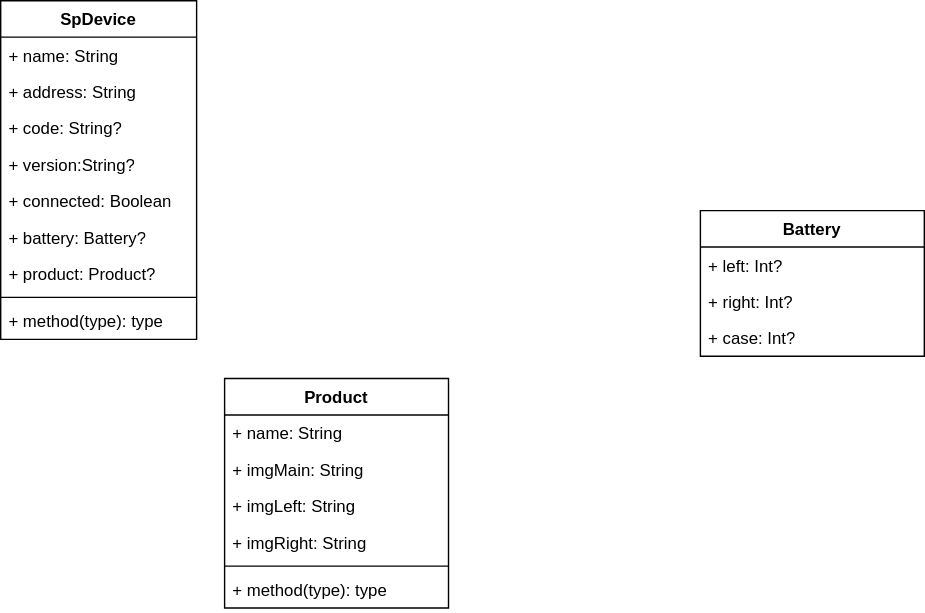
This is 未命名绘图.drawio.svg from kekemao00/draw-libs, a draw.io export, as it was before one commit. Source tidied: cells renumbered, new cells last; positions are measured from the earlier drawing's top-left corner, leaving out a move shared by most shapes. Source of this version:
```xml
<mxGraphModel>
  <root>
    <mxCell id="0" />
    <mxCell id="1" parent="0" />
    <mxCell id="2" value="SpDevice" style="swimlane;fontStyle=1;align=center;verticalAlign=top;horizontal=1;startSize=26;whiteSpace=wrap;html=1;" parent="1" vertex="1">
      <mxGeometry width="140" height="242" as="geometry" />
    </mxCell>
    <mxCell id="3" value="+ name: String" style="text;strokeColor=none;fillColor=none;align=left;verticalAlign=top;spacingLeft=4;spacingRight=4;overflow=hidden;whiteSpace=wrap;html=1;" parent="2" vertex="1">
      <mxGeometry y="26" width="140" height="26" as="geometry" />
    </mxCell>
    <mxCell id="4" value="+ address: String" style="text;strokeColor=none;fillColor=none;align=left;verticalAlign=top;spacingLeft=4;spacingRight=4;overflow=hidden;whiteSpace=wrap;html=1;" parent="2" vertex="1">
      <mxGeometry y="52" width="140" height="26" as="geometry" />
    </mxCell>
    <mxCell id="5" value="+ code: String?" style="text;strokeColor=none;fillColor=none;align=left;verticalAlign=top;spacingLeft=4;spacingRight=4;overflow=hidden;whiteSpace=wrap;html=1;" parent="2" vertex="1">
      <mxGeometry y="78" width="140" height="26" as="geometry" />
    </mxCell>
    <mxCell id="6" value="+ version:String?" style="text;strokeColor=none;fillColor=none;align=left;verticalAlign=top;spacingLeft=4;spacingRight=4;overflow=hidden;whiteSpace=wrap;html=1;" parent="2" vertex="1">
      <mxGeometry y="104" width="140" height="26" as="geometry" />
    </mxCell>
    <mxCell id="7" value="+ connected: Boolean" style="text;strokeColor=none;fillColor=none;align=left;verticalAlign=top;spacingLeft=4;spacingRight=4;overflow=hidden;whiteSpace=wrap;html=1;" parent="2" vertex="1">
      <mxGeometry y="130" width="140" height="26" as="geometry" />
    </mxCell>
    <mxCell id="8" value="+ battery: Battery?&lt;div&gt;&lt;br&gt;&lt;/div&gt;" style="text;strokeColor=none;fillColor=none;align=left;verticalAlign=top;spacingLeft=4;spacingRight=4;overflow=hidden;whiteSpace=wrap;html=1;" parent="2" vertex="1">
      <mxGeometry y="156" width="140" height="26" as="geometry" />
    </mxCell>
    <mxCell id="9" value="+ product: Product?" style="text;strokeColor=none;fillColor=none;align=left;verticalAlign=top;spacingLeft=4;spacingRight=4;overflow=hidden;whiteSpace=wrap;html=1;" parent="2" vertex="1">
      <mxGeometry y="182" width="140" height="26" as="geometry" />
    </mxCell>
    <mxCell id="10" style="line;strokeWidth=1;fillColor=none;align=left;verticalAlign=middle;spacingTop=-1;spacingLeft=3;spacingRight=3;labelPosition=right;strokeColor=inherit;" parent="2" vertex="1">
      <mxGeometry y="208" width="140" height="8" as="geometry" />
    </mxCell>
    <mxCell id="11" value="+ method(type): type" style="text;strokeColor=none;fillColor=none;align=left;verticalAlign=top;spacingLeft=4;spacingRight=4;overflow=hidden;whiteSpace=wrap;html=1;" parent="2" vertex="1">
      <mxGeometry y="216" width="140" height="26" as="geometry" />
    </mxCell>
    <mxCell id="12" value="Battery" style="swimlane;fontStyle=1;align=center;verticalAlign=top;horizontal=1;startSize=26;whiteSpace=wrap;html=1;" parent="1" vertex="1">
      <mxGeometry x="500" y="150" width="160" height="104" as="geometry" />
    </mxCell>
    <mxCell id="13" value="+&amp;nbsp;left: Int?" style="text;strokeColor=none;fillColor=none;align=left;verticalAlign=top;spacingLeft=4;spacingRight=4;overflow=hidden;whiteSpace=wrap;html=1;" parent="12" vertex="1">
      <mxGeometry y="26" width="160" height="26" as="geometry" />
    </mxCell>
    <mxCell id="14" value="+ right&lt;span style=&quot;background-color: transparent; color: light-dark(rgb(0, 0, 0), rgb(255, 255, 255));&quot;&gt;: Int?&lt;/span&gt;" style="text;strokeColor=none;fillColor=none;align=left;verticalAlign=top;spacingLeft=4;spacingRight=4;overflow=hidden;whiteSpace=wrap;html=1;" parent="12" vertex="1">
      <mxGeometry y="52" width="160" height="26" as="geometry" />
    </mxCell>
    <mxCell id="15" value="+ case: Int?" style="text;strokeColor=none;fillColor=none;align=left;verticalAlign=top;spacingLeft=4;spacingRight=4;overflow=hidden;whiteSpace=wrap;html=1;" parent="12" vertex="1">
      <mxGeometry y="78" width="160" height="26" as="geometry" />
    </mxCell>
    <mxCell id="16" value="Product" style="swimlane;fontStyle=1;align=center;verticalAlign=top;horizontal=1;startSize=26;whiteSpace=wrap;html=1;" parent="1" vertex="1">
      <mxGeometry x="160" y="270" width="160" height="164" as="geometry" />
    </mxCell>
    <mxCell id="17" value="+ name: String" style="text;strokeColor=none;fillColor=none;align=left;verticalAlign=top;spacingLeft=4;spacingRight=4;overflow=hidden;whiteSpace=wrap;html=1;" parent="16" vertex="1">
      <mxGeometry y="26" width="160" height="26" as="geometry" />
    </mxCell>
    <mxCell id="18" value="+ imgMain: String" style="text;strokeColor=none;fillColor=none;align=left;verticalAlign=top;spacingLeft=4;spacingRight=4;overflow=hidden;whiteSpace=wrap;html=1;" parent="16" vertex="1">
      <mxGeometry y="52" width="160" height="26" as="geometry" />
    </mxCell>
    <mxCell id="19" value="+ img&lt;span style=&quot;background-color: transparent; color: light-dark(rgb(0, 0, 0), rgb(255, 255, 255));&quot;&gt;Left: String&lt;/span&gt;" style="text;strokeColor=none;fillColor=none;align=left;verticalAlign=top;spacingLeft=4;spacingRight=4;overflow=hidden;whiteSpace=wrap;html=1;" parent="16" vertex="1">
      <mxGeometry y="78" width="160" height="26" as="geometry" />
    </mxCell>
    <mxCell id="20" value="+ imgRight: String" style="text;strokeColor=none;fillColor=none;align=left;verticalAlign=top;spacingLeft=4;spacingRight=4;overflow=hidden;whiteSpace=wrap;html=1;" parent="16" vertex="1">
      <mxGeometry y="104" width="160" height="26" as="geometry" />
    </mxCell>
    <mxCell id="21" style="line;strokeWidth=1;fillColor=none;align=left;verticalAlign=middle;spacingTop=-1;spacingLeft=3;spacingRight=3;labelPosition=right;strokeColor=inherit;" parent="16" vertex="1">
      <mxGeometry y="130" width="160" height="8" as="geometry" />
    </mxCell>
    <mxCell id="22" value="+ method(type): type" style="text;strokeColor=none;fillColor=none;align=left;verticalAlign=top;spacingLeft=4;spacingRight=4;overflow=hidden;whiteSpace=wrap;html=1;" parent="16" vertex="1">
      <mxGeometry y="138" width="160" height="26" as="geometry" />
    </mxCell>
  </root>
</mxGraphModel>
```
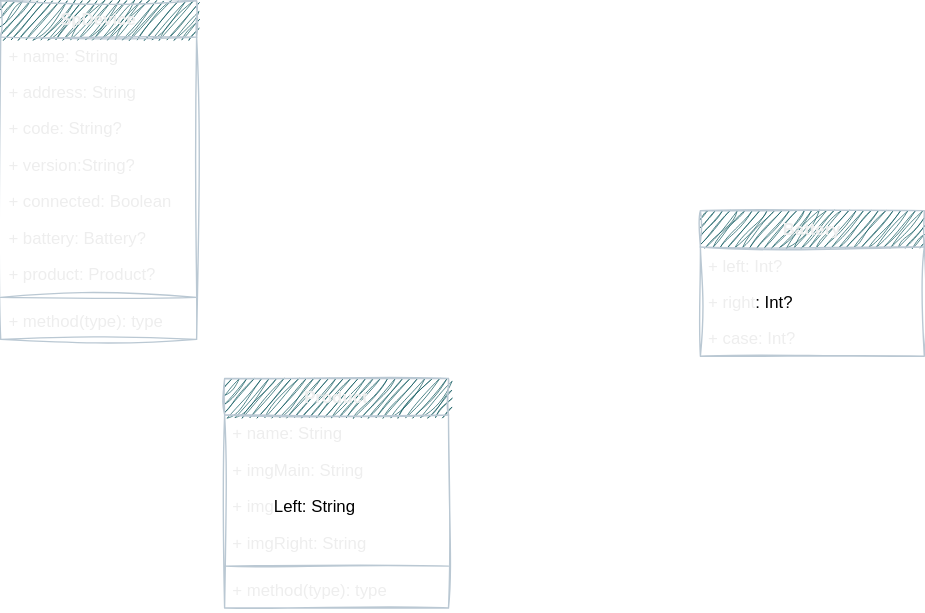
After the commit.

Commit message:
更新未命名绘图.drawio.svg

What changed in the source:
```diff
@@ -2,67 +2,67 @@
   <root>
     <mxCell id="0" />
     <mxCell id="1" parent="0" />
-    <mxCell id="2" value="SpDevice" style="swimlane;fontStyle=1;align=center;verticalAlign=top;horizontal=1;startSize=26;whiteSpace=wrap;html=1;" parent="1" vertex="1">
+    <mxCell id="2" value="SpDevice" style="swimlane;fontStyle=1;align=center;verticalAlign=top;horizontal=1;startSize=26;whiteSpace=wrap;html=1;labelBackgroundColor=none;fillColor=#09555B;strokeColor=#BAC8D3;fontColor=#EEEEEE;rounded=0;sketch=1;curveFitting=1;jiggle=2;" parent="1" vertex="1">
       <mxGeometry width="140" height="242" as="geometry" />
     </mxCell>
-    <mxCell id="3" value="+ name: String" style="text;strokeColor=none;fillColor=none;align=left;verticalAlign=top;spacingLeft=4;spacingRight=4;overflow=hidden;whiteSpace=wrap;html=1;" parent="2" vertex="1">
+    <mxCell id="3" value="+ name: String" style="text;strokeColor=none;fillColor=none;align=left;verticalAlign=top;spacingLeft=4;spacingRight=4;overflow=hidden;whiteSpace=wrap;html=1;labelBackgroundColor=none;fontColor=#EEEEEE;rounded=0;sketch=1;curveFitting=1;jiggle=2;" parent="2" vertex="1">
       <mxGeometry y="26" width="140" height="26" as="geometry" />
     </mxCell>
-    <mxCell id="4" value="+ address: String" style="text;strokeColor=none;fillColor=none;align=left;verticalAlign=top;spacingLeft=4;spacingRight=4;overflow=hidden;whiteSpace=wrap;html=1;" parent="2" vertex="1">
+    <mxCell id="4" value="+ address: String" style="text;strokeColor=none;fillColor=none;align=left;verticalAlign=top;spacingLeft=4;spacingRight=4;overflow=hidden;whiteSpace=wrap;html=1;labelBackgroundColor=none;fontColor=#EEEEEE;rounded=0;sketch=1;curveFitting=1;jiggle=2;" parent="2" vertex="1">
       <mxGeometry y="52" width="140" height="26" as="geometry" />
     </mxCell>
-    <mxCell id="5" value="+ code: String?" style="text;strokeColor=none;fillColor=none;align=left;verticalAlign=top;spacingLeft=4;spacingRight=4;overflow=hidden;whiteSpace=wrap;html=1;" parent="2" vertex="1">
+    <mxCell id="5" value="+ code: String?" style="text;strokeColor=none;fillColor=none;align=left;verticalAlign=top;spacingLeft=4;spacingRight=4;overflow=hidden;whiteSpace=wrap;html=1;labelBackgroundColor=none;fontColor=#EEEEEE;rounded=0;sketch=1;curveFitting=1;jiggle=2;" parent="2" vertex="1">
       <mxGeometry y="78" width="140" height="26" as="geometry" />
     </mxCell>
-    <mxCell id="6" value="+ version:String?" style="text;strokeColor=none;fillColor=none;align=left;verticalAlign=top;spacingLeft=4;spacingRight=4;overflow=hidden;whiteSpace=wrap;html=1;" parent="2" vertex="1">
+    <mxCell id="6" value="+ version:String?" style="text;strokeColor=none;fillColor=none;align=left;verticalAlign=top;spacingLeft=4;spacingRight=4;overflow=hidden;whiteSpace=wrap;html=1;labelBackgroundColor=none;fontColor=#EEEEEE;rounded=0;sketch=1;curveFitting=1;jiggle=2;" parent="2" vertex="1">
       <mxGeometry y="104" width="140" height="26" as="geometry" />
     </mxCell>
-    <mxCell id="7" value="+ connected: Boolean" style="text;strokeColor=none;fillColor=none;align=left;verticalAlign=top;spacingLeft=4;spacingRight=4;overflow=hidden;whiteSpace=wrap;html=1;" parent="2" vertex="1">
+    <mxCell id="7" value="+ connected: Boolean" style="text;strokeColor=none;fillColor=none;align=left;verticalAlign=top;spacingLeft=4;spacingRight=4;overflow=hidden;whiteSpace=wrap;html=1;labelBackgroundColor=none;fontColor=#EEEEEE;rounded=0;sketch=1;curveFitting=1;jiggle=2;" parent="2" vertex="1">
       <mxGeometry y="130" width="140" height="26" as="geometry" />
     </mxCell>
-    <mxCell id="8" value="+ battery: Battery?&lt;div&gt;&lt;br&gt;&lt;/div&gt;" style="text;strokeColor=none;fillColor=none;align=left;verticalAlign=top;spacingLeft=4;spacingRight=4;overflow=hidden;whiteSpace=wrap;html=1;" parent="2" vertex="1">
+    <mxCell id="8" value="+ battery: Battery?&lt;div&gt;&lt;br&gt;&lt;/div&gt;" style="text;strokeColor=none;fillColor=none;align=left;verticalAlign=top;spacingLeft=4;spacingRight=4;overflow=hidden;whiteSpace=wrap;html=1;labelBackgroundColor=none;fontColor=#EEEEEE;rounded=0;sketch=1;curveFitting=1;jiggle=2;" parent="2" vertex="1">
       <mxGeometry y="156" width="140" height="26" as="geometry" />
     </mxCell>
-    <mxCell id="9" value="+ product: Product?" style="text;strokeColor=none;fillColor=none;align=left;verticalAlign=top;spacingLeft=4;spacingRight=4;overflow=hidden;whiteSpace=wrap;html=1;" parent="2" vertex="1">
+    <mxCell id="9" value="+ product: Product?" style="text;strokeColor=none;fillColor=none;align=left;verticalAlign=top;spacingLeft=4;spacingRight=4;overflow=hidden;whiteSpace=wrap;html=1;labelBackgroundColor=none;fontColor=#EEEEEE;rounded=0;sketch=1;curveFitting=1;jiggle=2;" parent="2" vertex="1">
       <mxGeometry y="182" width="140" height="26" as="geometry" />
     </mxCell>
-    <mxCell id="10" style="line;strokeWidth=1;fillColor=none;align=left;verticalAlign=middle;spacingTop=-1;spacingLeft=3;spacingRight=3;labelPosition=right;strokeColor=inherit;" parent="2" vertex="1">
+    <mxCell id="10" style="line;strokeWidth=1;fillColor=none;align=left;verticalAlign=middle;spacingTop=-1;spacingLeft=3;spacingRight=3;labelPosition=right;labelBackgroundColor=none;strokeColor=#BAC8D3;fontColor=#EEEEEE;rounded=0;sketch=1;curveFitting=1;jiggle=2;" parent="2" vertex="1">
       <mxGeometry y="208" width="140" height="8" as="geometry" />
     </mxCell>
-    <mxCell id="11" value="+ method(type): type" style="text;strokeColor=none;fillColor=none;align=left;verticalAlign=top;spacingLeft=4;spacingRight=4;overflow=hidden;whiteSpace=wrap;html=1;" parent="2" vertex="1">
+    <mxCell id="11" value="+ method(type): type" style="text;strokeColor=none;fillColor=none;align=left;verticalAlign=top;spacingLeft=4;spacingRight=4;overflow=hidden;whiteSpace=wrap;html=1;labelBackgroundColor=none;fontColor=#EEEEEE;rounded=0;sketch=1;curveFitting=1;jiggle=2;" parent="2" vertex="1">
       <mxGeometry y="216" width="140" height="26" as="geometry" />
     </mxCell>
-    <mxCell id="12" value="Battery" style="swimlane;fontStyle=1;align=center;verticalAlign=top;horizontal=1;startSize=26;whiteSpace=wrap;html=1;" parent="1" vertex="1">
+    <mxCell id="12" value="Battery" style="swimlane;fontStyle=1;align=center;verticalAlign=top;horizontal=1;startSize=26;whiteSpace=wrap;html=1;labelBackgroundColor=none;fillColor=#09555B;strokeColor=#BAC8D3;fontColor=#EEEEEE;rounded=0;sketch=1;curveFitting=1;jiggle=2;" parent="1" vertex="1">
       <mxGeometry x="500" y="150" width="160" height="104" as="geometry" />
     </mxCell>
-    <mxCell id="13" value="+&amp;nbsp;left: Int?" style="text;strokeColor=none;fillColor=none;align=left;verticalAlign=top;spacingLeft=4;spacingRight=4;overflow=hidden;whiteSpace=wrap;html=1;" parent="12" vertex="1">
+    <mxCell id="13" value="+&amp;nbsp;left: Int?" style="text;strokeColor=none;fillColor=none;align=left;verticalAlign=top;spacingLeft=4;spacingRight=4;overflow=hidden;whiteSpace=wrap;html=1;labelBackgroundColor=none;fontColor=#EEEEEE;rounded=0;sketch=1;curveFitting=1;jiggle=2;" parent="12" vertex="1">
       <mxGeometry y="26" width="160" height="26" as="geometry" />
     </mxCell>
-    <mxCell id="14" value="+ right&lt;span style=&quot;background-color: transparent; color: light-dark(rgb(0, 0, 0), rgb(255, 255, 255));&quot;&gt;: Int?&lt;/span&gt;" style="text;strokeColor=none;fillColor=none;align=left;verticalAlign=top;spacingLeft=4;spacingRight=4;overflow=hidden;whiteSpace=wrap;html=1;" parent="12" vertex="1">
+    <mxCell id="14" value="+ right&lt;span style=&quot;background-color: transparent; color: light-dark(rgb(0, 0, 0), rgb(255, 255, 255));&quot;&gt;: Int?&lt;/span&gt;" style="text;strokeColor=none;fillColor=none;align=left;verticalAlign=top;spacingLeft=4;spacingRight=4;overflow=hidden;whiteSpace=wrap;html=1;labelBackgroundColor=none;fontColor=#EEEEEE;rounded=0;sketch=1;curveFitting=1;jiggle=2;" parent="12" vertex="1">
       <mxGeometry y="52" width="160" height="26" as="geometry" />
     </mxCell>
-    <mxCell id="15" value="+ case: Int?" style="text;strokeColor=none;fillColor=none;align=left;verticalAlign=top;spacingLeft=4;spacingRight=4;overflow=hidden;whiteSpace=wrap;html=1;" parent="12" vertex="1">
+    <mxCell id="15" value="+ case: Int?" style="text;strokeColor=none;fillColor=none;align=left;verticalAlign=top;spacingLeft=4;spacingRight=4;overflow=hidden;whiteSpace=wrap;html=1;labelBackgroundColor=none;fontColor=#EEEEEE;rounded=0;sketch=1;curveFitting=1;jiggle=2;" parent="12" vertex="1">
       <mxGeometry y="78" width="160" height="26" as="geometry" />
     </mxCell>
-    <mxCell id="16" value="Product" style="swimlane;fontStyle=1;align=center;verticalAlign=top;horizontal=1;startSize=26;whiteSpace=wrap;html=1;" parent="1" vertex="1">
+    <mxCell id="16" value="Product" style="swimlane;fontStyle=1;align=center;verticalAlign=top;horizontal=1;startSize=26;whiteSpace=wrap;html=1;labelBackgroundColor=none;fillColor=#09555B;strokeColor=#BAC8D3;fontColor=#EEEEEE;rounded=0;sketch=1;curveFitting=1;jiggle=2;" parent="1" vertex="1">
       <mxGeometry x="160" y="270" width="160" height="164" as="geometry" />
     </mxCell>
-    <mxCell id="17" value="+ name: String" style="text;strokeColor=none;fillColor=none;align=left;verticalAlign=top;spacingLeft=4;spacingRight=4;overflow=hidden;whiteSpace=wrap;html=1;" parent="16" vertex="1">
+    <mxCell id="17" value="+ name: String" style="text;strokeColor=none;fillColor=none;align=left;verticalAlign=top;spacingLeft=4;spacingRight=4;overflow=hidden;whiteSpace=wrap;html=1;labelBackgroundColor=none;fontColor=#EEEEEE;rounded=0;sketch=1;curveFitting=1;jiggle=2;" parent="16" vertex="1">
       <mxGeometry y="26" width="160" height="26" as="geometry" />
     </mxCell>
-    <mxCell id="18" value="+ imgMain: String" style="text;strokeColor=none;fillColor=none;align=left;verticalAlign=top;spacingLeft=4;spacingRight=4;overflow=hidden;whiteSpace=wrap;html=1;" parent="16" vertex="1">
+    <mxCell id="18" value="+ imgMain: String" style="text;strokeColor=none;fillColor=none;align=left;verticalAlign=top;spacingLeft=4;spacingRight=4;overflow=hidden;whiteSpace=wrap;html=1;labelBackgroundColor=none;fontColor=#EEEEEE;rounded=0;sketch=1;curveFitting=1;jiggle=2;" parent="16" vertex="1">
       <mxGeometry y="52" width="160" height="26" as="geometry" />
     </mxCell>
-    <mxCell id="19" value="+ img&lt;span style=&quot;background-color: transparent; color: light-dark(rgb(0, 0, 0), rgb(255, 255, 255));&quot;&gt;Left: String&lt;/span&gt;" style="text;strokeColor=none;fillColor=none;align=left;verticalAlign=top;spacingLeft=4;spacingRight=4;overflow=hidden;whiteSpace=wrap;html=1;" parent="16" vertex="1">
+    <mxCell id="19" value="+ img&lt;span style=&quot;background-color: transparent; color: light-dark(rgb(0, 0, 0), rgb(255, 255, 255));&quot;&gt;Left: String&lt;/span&gt;" style="text;strokeColor=none;fillColor=none;align=left;verticalAlign=top;spacingLeft=4;spacingRight=4;overflow=hidden;whiteSpace=wrap;html=1;labelBackgroundColor=none;fontColor=#EEEEEE;rounded=0;sketch=1;curveFitting=1;jiggle=2;" parent="16" vertex="1">
       <mxGeometry y="78" width="160" height="26" as="geometry" />
     </mxCell>
-    <mxCell id="20" value="+ imgRight: String" style="text;strokeColor=none;fillColor=none;align=left;verticalAlign=top;spacingLeft=4;spacingRight=4;overflow=hidden;whiteSpace=wrap;html=1;" parent="16" vertex="1">
+    <mxCell id="20" value="+ imgRight: String" style="text;strokeColor=none;fillColor=none;align=left;verticalAlign=top;spacingLeft=4;spacingRight=4;overflow=hidden;whiteSpace=wrap;html=1;labelBackgroundColor=none;fontColor=#EEEEEE;rounded=0;sketch=1;curveFitting=1;jiggle=2;" parent="16" vertex="1">
       <mxGeometry y="104" width="160" height="26" as="geometry" />
     </mxCell>
-    <mxCell id="21" style="line;strokeWidth=1;fillColor=none;align=left;verticalAlign=middle;spacingTop=-1;spacingLeft=3;spacingRight=3;labelPosition=right;strokeColor=inherit;" parent="16" vertex="1">
+    <mxCell id="21" style="line;strokeWidth=1;fillColor=none;align=left;verticalAlign=middle;spacingTop=-1;spacingLeft=3;spacingRight=3;labelPosition=right;labelBackgroundColor=none;strokeColor=#BAC8D3;fontColor=#EEEEEE;rounded=0;sketch=1;curveFitting=1;jiggle=2;" parent="16" vertex="1">
       <mxGeometry y="130" width="160" height="8" as="geometry" />
     </mxCell>
-    <mxCell id="22" value="+ method(type): type" style="text;strokeColor=none;fillColor=none;align=left;verticalAlign=top;spacingLeft=4;spacingRight=4;overflow=hidden;whiteSpace=wrap;html=1;" parent="16" vertex="1">
+    <mxCell id="22" value="+ method(type): type" style="text;strokeColor=none;fillColor=none;align=left;verticalAlign=top;spacingLeft=4;spacingRight=4;overflow=hidden;whiteSpace=wrap;html=1;labelBackgroundColor=none;fontColor=#EEEEEE;rounded=0;sketch=1;curveFitting=1;jiggle=2;" parent="16" vertex="1">
       <mxGeometry y="138" width="160" height="26" as="geometry" />
     </mxCell>
   </root>
```
